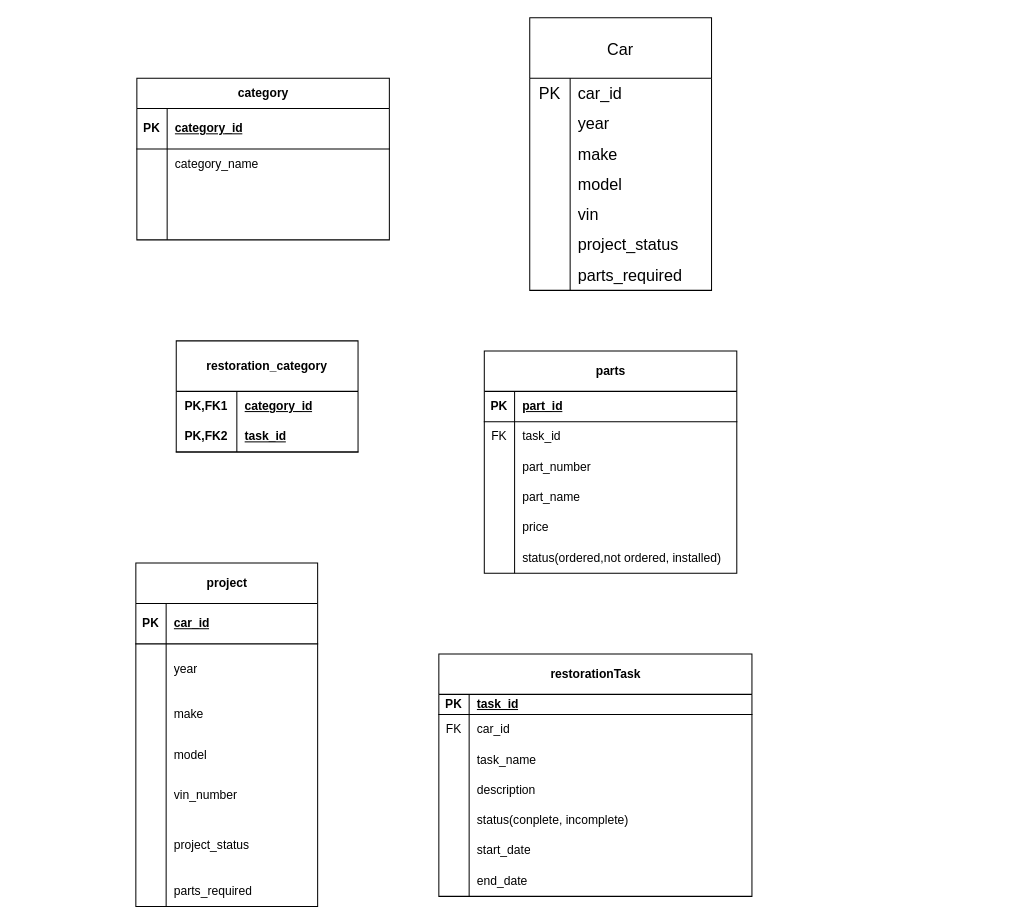
Above: RestorationTrackErd.drawio in Bletsch22/ERD (draw.io), before the change. Source tidied: cells renumbered, new cells numbered last; positions are measured from the earlier drawing's top-left corner, leaving out a move shared by most shapes. Both pictures are drawn from the tidied source at 101%, with x=0, y=0 at pixel (135, 17).
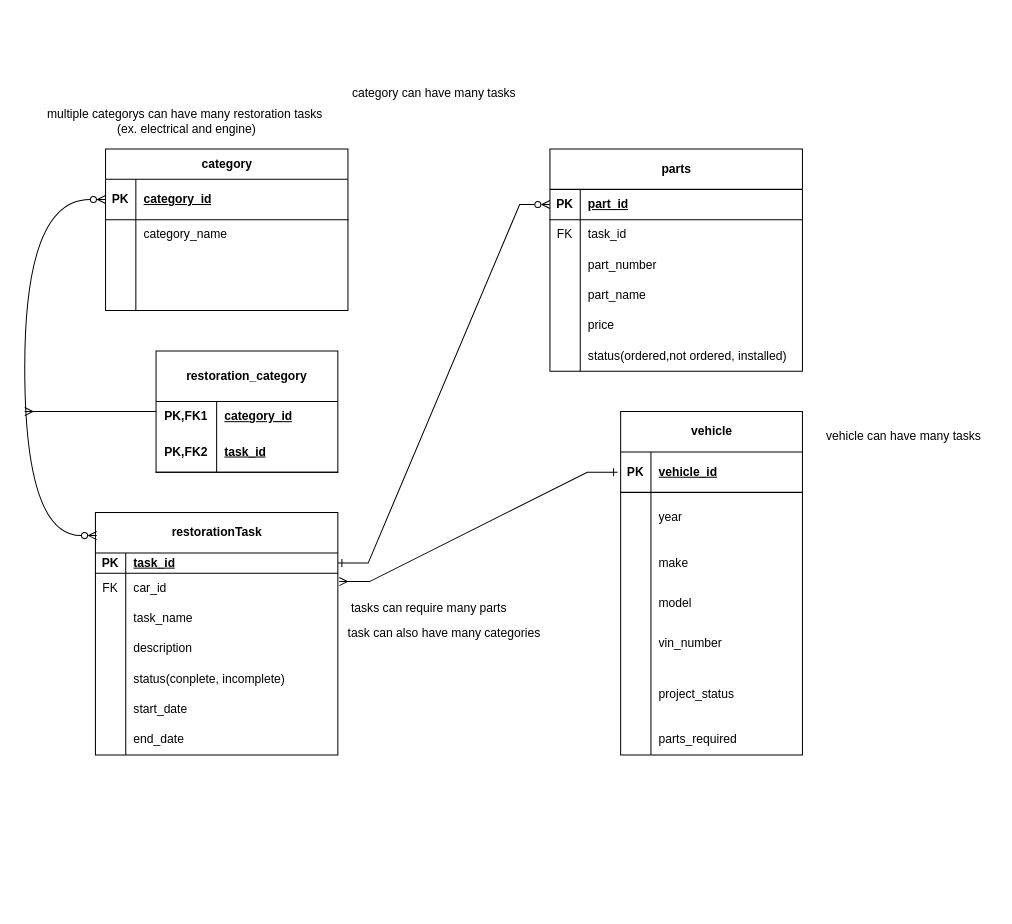
The same diagram, later.

Unchanged cells that the change refers to:
```xml
<mxCell id="38" style="shape=tableRow;horizontal=0;startSize=0;swimlaneHead=0;swimlaneBody=0;fillColor=none;points=[[0,0.5],[1,0.5]];portConstraint=eastwest;top=0;left=0;right=0;bottom=1;" parent="37" vertex="1">
  <mxGeometry y="40" width="250" height="30" as="geometry" />
</mxCell>
<mxCell id="79" style="shape=tableRow;horizontal=0;startSize=0;swimlaneHead=0;swimlaneBody=0;fillColor=none;top=0;left=0;right=0;bottom=1;" parent="78" vertex="1">
  <mxGeometry y="40" width="180" height="40" as="geometry" />
</mxCell>
```

The edit, as a diff of the source:
```diff
@@
-    <mxCell id="2" value="Car" style="shape=table;startSize=60;childLayout=tableLayout;rowLines=0;fontStyle=0;strokeColor=default;fontSize=16;" parent="1" vertex="1">
-      <mxGeometry x="390" width="180" height="270" as="geometry" />
-    </mxCell>
-    <mxCell id="3" style="shape=tableRow;horizontal=0;startSize=0;swimlaneHead=0;swimlaneBody=0;top=0;left=0;bottom=0;right=0;fillColor=none;strokeColor=inherit;fontSize=16;" parent="2" vertex="1">
-      <mxGeometry y="60" width="180" height="30" as="geometry" />
-    </mxCell>
-    <mxCell id="4" value="PK" style="shape=partialRectangle;html=1;whiteSpace=wrap;fillColor=none;top=0;left=0;bottom=0;right=0;overflow=hidden;strokeColor=inherit;fontSize=16;" parent="3" vertex="1">
-      <mxGeometry width="40" height="30" as="geometry" />
-    </mxCell>
-    <mxCell id="5" value="car_id" style="shape=partialRectangle;html=1;whiteSpace=wrap;fillColor=none;top=0;left=0;bottom=0;right=0;align=left;spacingLeft=6;overflow=hidden;strokeColor=inherit;fontSize=16;" parent="3" vertex="1">
-      <mxGeometry x="40" width="140" height="30" as="geometry" />
-    </mxCell>
-    <mxCell id="6" style="shape=tableRow;horizontal=0;startSize=0;swimlaneHead=0;swimlaneBody=0;top=0;left=0;bottom=0;right=0;fillColor=none;strokeColor=inherit;fontSize=16;" parent="2" vertex="1">
-      <mxGeometry y="90" width="180" height="30" as="geometry" />
-    </mxCell>
-    <mxCell id="7" style="shape=partialRectangle;html=1;whiteSpace=wrap;fillColor=none;top=0;left=0;bottom=0;right=0;overflow=hidden;strokeColor=inherit;fontSize=16;" parent="6" vertex="1">
-      <mxGeometry width="40" height="30" as="geometry" />
-    </mxCell>
-    <mxCell id="8" value="year" style="shape=partialRectangle;html=1;whiteSpace=wrap;fillColor=none;top=0;left=0;bottom=0;right=0;align=left;spacingLeft=6;overflow=hidden;strokeColor=inherit;fontSize=16;" parent="6" vertex="1">
-      <mxGeometry x="40" width="140" height="30" as="geometry" />
-    </mxCell>
-    <mxCell id="9" style="shape=tableRow;horizontal=0;startSize=0;swimlaneHead=0;swimlaneBody=0;top=0;left=0;bottom=0;right=0;fillColor=none;strokeColor=inherit;fontSize=16;" parent="2" vertex="1">
-      <mxGeometry y="120" width="180" height="30" as="geometry" />
-    </mxCell>
-    <mxCell id="10" style="shape=partialRectangle;html=1;whiteSpace=wrap;fillColor=none;top=0;left=0;bottom=0;right=0;overflow=hidden;strokeColor=inherit;fontSize=16;" parent="9" vertex="1">
-      <mxGeometry width="40" height="30" as="geometry" />
-    </mxCell>
-    <mxCell id="11" value="make" style="shape=partialRectangle;html=1;whiteSpace=wrap;fillColor=none;top=0;left=0;bottom=0;right=0;align=left;spacingLeft=6;overflow=hidden;strokeColor=inherit;fontSize=16;" parent="9" vertex="1">
-      <mxGeometry x="40" width="140" height="30" as="geometry" />
-    </mxCell>
-    <mxCell id="12" style="shape=tableRow;horizontal=0;startSize=0;swimlaneHead=0;swimlaneBody=0;top=0;left=0;bottom=0;right=0;fillColor=none;strokeColor=inherit;fontSize=16;" parent="2" vertex="1">
-      <mxGeometry y="150" width="180" height="30" as="geometry" />
-    </mxCell>
-    <mxCell id="13" style="shape=partialRectangle;html=1;whiteSpace=wrap;fillColor=none;top=0;left=0;bottom=0;right=0;overflow=hidden;strokeColor=inherit;fontSize=16;" parent="12" vertex="1">
-      <mxGeometry width="40" height="30" as="geometry" />
-    </mxCell>
-    <mxCell id="14" value="model" style="shape=partialRectangle;html=1;whiteSpace=wrap;fillColor=none;top=0;left=0;bottom=0;right=0;align=left;spacingLeft=6;overflow=hidden;strokeColor=inherit;fontSize=16;" parent="12" vertex="1">
-      <mxGeometry x="40" width="140" height="30" as="geometry" />
-    </mxCell>
-    <mxCell id="15" style="shape=tableRow;horizontal=0;startSize=0;swimlaneHead=0;swimlaneBody=0;top=0;left=0;bottom=0;right=0;fillColor=none;strokeColor=inherit;fontSize=16;" parent="2" vertex="1">
-      <mxGeometry y="180" width="180" height="30" as="geometry" />
-    </mxCell>
-    <mxCell id="16" style="shape=partialRectangle;html=1;whiteSpace=wrap;fillColor=none;top=0;left=0;bottom=0;right=0;overflow=hidden;strokeColor=inherit;fontSize=16;" parent="15" vertex="1">
-      <mxGeometry width="40" height="30" as="geometry" />
-    </mxCell>
-    <mxCell id="17" value="vin" style="shape=partialRectangle;html=1;whiteSpace=wrap;fillColor=none;top=0;left=0;bottom=0;right=0;align=left;spacingLeft=6;overflow=hidden;strokeColor=inherit;fontSize=16;" parent="15" vertex="1">
-      <mxGeometry x="40" width="140" height="30" as="geometry" />
-    </mxCell>
-    <mxCell id="18" style="shape=tableRow;horizontal=0;startSize=0;swimlaneHead=0;swimlaneBody=0;top=0;left=0;bottom=0;right=0;fillColor=none;strokeColor=inherit;fontSize=16;" parent="2" vertex="1">
-      <mxGeometry y="210" width="180" height="30" as="geometry" />
-    </mxCell>
-    <mxCell id="19" style="shape=partialRectangle;html=1;whiteSpace=wrap;fillColor=none;top=0;left=0;bottom=0;right=0;overflow=hidden;strokeColor=inherit;fontSize=16;" parent="18" vertex="1">
-      <mxGeometry width="40" height="30" as="geometry" />
-    </mxCell>
-    <mxCell id="20" value="project_status" style="shape=partialRectangle;html=1;whiteSpace=wrap;fillColor=none;top=0;left=0;bottom=0;right=0;align=left;spacingLeft=6;overflow=hidden;strokeColor=inherit;fontSize=16;" parent="18" vertex="1">
-      <mxGeometry x="40" width="140" height="30" as="geometry" />
-    </mxCell>
-    <mxCell id="21" style="shape=tableRow;horizontal=0;startSize=0;swimlaneHead=0;swimlaneBody=0;top=0;left=0;bottom=0;right=0;fillColor=none;strokeColor=inherit;fontSize=16;" parent="2" vertex="1">
-      <mxGeometry y="240" width="180" height="30" as="geometry" />
-    </mxCell>
-    <mxCell id="22" style="shape=partialRectangle;html=1;whiteSpace=wrap;fillColor=none;top=0;left=0;bottom=0;right=0;overflow=hidden;strokeColor=inherit;fontSize=16;" parent="21" vertex="1">
-      <mxGeometry width="40" height="30" as="geometry" />
-    </mxCell>
-    <mxCell id="23" value="parts_required" style="shape=partialRectangle;html=1;whiteSpace=wrap;fillColor=none;top=0;left=0;bottom=0;right=0;align=left;spacingLeft=6;overflow=hidden;strokeColor=inherit;fontSize=16;" parent="21" vertex="1">
-      <mxGeometry x="40" width="140" height="30" as="geometry" />
-    </mxCell>
     <mxCell id="24" value="category" style="shape=table;startSize=30;childLayout=tableLayout;rowLines=0;fontStyle=1;align=center;html=1;" parent="1" vertex="1">
-      <mxGeometry x="1" y="60" width="250" height="160" as="geometry" />
+      <mxGeometry x="-30" y="130" width="240" height="160" as="geometry" />
     </mxCell>
     <mxCell id="25" style="shape=tableRow;horizontal=0;startSize=0;swimlaneHead=0;swimlaneBody=0;fillColor=none;top=0;left=0;right=0;bottom=1;" parent="24" vertex="1">
-      <mxGeometry y="30" width="250" height="40" as="geometry" />
+      <mxGeometry y="30" width="240" height="40" as="geometry" />
     </mxCell>
@@
     <mxCell id="27" value="category_id" style="shape=partialRectangle;fillColor=none;top=0;left=0;bottom=0;right=0;align=left;spacingLeft=6;fontStyle=5;overflow=hidden;whiteSpace=wrap;html=1;" parent="25" vertex="1">
-      <mxGeometry x="30" width="220" height="40" as="geometry" />
+      <mxGeometry x="30" width="210" height="40" as="geometry" />
     </mxCell>
     <mxCell id="28" style="shape=tableRow;horizontal=0;startSize=0;swimlaneHead=0;swimlaneBody=0;fillColor=none;top=0;left=0;right=0;bottom=0;" parent="24" vertex="1">
-      <mxGeometry y="70" width="250" height="30" as="geometry" />
+      <mxGeometry y="70" width="240" height="30" as="geometry" />
     </mxCell>
@@
     <mxCell id="30" value="category_name" style="shape=partialRectangle;fillColor=none;top=0;left=0;bottom=0;right=0;align=left;spacingLeft=6;overflow=hidden;whiteSpace=wrap;html=1;" parent="28" vertex="1">
-      <mxGeometry x="30" width="220" height="30" as="geometry" />
+      <mxGeometry x="30" width="210" height="30" as="geometry" />
     </mxCell>
     <mxCell id="31" style="shape=tableRow;horizontal=0;startSize=0;swimlaneHead=0;swimlaneBody=0;fillColor=none;top=0;left=0;right=0;bottom=0;" parent="24" vertex="1">
-      <mxGeometry y="100" width="250" height="30" as="geometry" />
+      <mxGeometry y="100" width="240" height="30" as="geometry" />
     </mxCell>
@@
     <mxCell id="33" style="shape=partialRectangle;fillColor=none;top=0;left=0;bottom=0;right=0;align=left;spacingLeft=6;overflow=hidden;whiteSpace=wrap;html=1;" parent="31" vertex="1">
-      <mxGeometry x="30" width="220" height="30" as="geometry" />
+      <mxGeometry x="30" width="210" height="30" as="geometry" />
     </mxCell>
     <mxCell id="34" style="shape=tableRow;horizontal=0;startSize=0;swimlaneHead=0;swimlaneBody=0;fillColor=none;top=0;left=0;right=0;bottom=0;" parent="24" vertex="1">
-      <mxGeometry y="130" width="250" height="30" as="geometry" />
+      <mxGeometry y="130" width="240" height="30" as="geometry" />
     </mxCell>
@@
     <mxCell id="36" style="shape=partialRectangle;fillColor=none;top=0;left=0;bottom=0;right=0;align=left;spacingLeft=6;overflow=hidden;whiteSpace=wrap;html=1;" parent="34" vertex="1">
-      <mxGeometry x="30" width="220" height="30" as="geometry" />
+      <mxGeometry x="30" width="210" height="30" as="geometry" />
     </mxCell>
     <mxCell id="37" value="parts" style="shape=table;startSize=40;childLayout=tableLayout;rowLines=0;fontStyle=1;align=center;html=1;" parent="1" vertex="1">
-      <mxGeometry x="345" y="330" width="250" height="220" as="geometry" />
+      <mxGeometry x="410" y="130" width="250" height="220" as="geometry" />
     </mxCell>
@@
     <mxCell id="56" value="restorationTask" style="shape=table;startSize=40;childLayout=tableLayout;rowLines=0;fontStyle=1;align=center;html=1;" parent="1" vertex="1">
-      <mxGeometry x="300" y="630" width="310" height="240" as="geometry" />
+      <mxGeometry x="-40" y="490" width="240" height="240" as="geometry" />
     </mxCell>
     <mxCell id="57" style="shape=tableRow;horizontal=0;startSize=0;swimlaneHead=0;swimlaneBody=0;fillColor=none;points=[[0,0.5],[1,0.5]];portConstraint=eastwest;top=0;left=0;right=0;bottom=1;" parent="56" vertex="1">
-      <mxGeometry y="40" width="310" height="20" as="geometry" />
+      <mxGeometry y="40" width="240" height="20" as="geometry" />
     </mxCell>
@@
     <mxCell id="59" value="task_id" style="shape=partialRectangle;fillColor=none;top=0;left=0;bottom=0;right=0;align=left;spacingLeft=6;fontStyle=5;overflow=hidden;whiteSpace=wrap;html=1;" parent="57" vertex="1">
-      <mxGeometry x="30" width="280" height="20" as="geometry" />
+      <mxGeometry x="30" width="210" height="20" as="geometry" />
     </mxCell>
     <mxCell id="60" style="shape=tableRow;horizontal=0;startSize=0;swimlaneHead=0;swimlaneBody=0;fillColor=none;points=[[0,0.5],[1,0.5]];portConstraint=eastwest;top=0;left=0;right=0;bottom=0;" parent="56" vertex="1">
-      <mxGeometry y="60" width="310" height="30" as="geometry" />
+      <mxGeometry y="60" width="240" height="30" as="geometry" />
     </mxCell>
@@
     <mxCell id="62" value="car_id" style="shape=partialRectangle;fillColor=none;top=0;left=0;bottom=0;right=0;align=left;spacingLeft=6;overflow=hidden;whiteSpace=wrap;html=1;" parent="60" vertex="1">
-      <mxGeometry x="30" width="280" height="30" as="geometry" />
+      <mxGeometry x="30" width="210" height="30" as="geometry" />
     </mxCell>
     <mxCell id="63" style="shape=tableRow;horizontal=0;startSize=0;swimlaneHead=0;swimlaneBody=0;fillColor=none;top=0;left=0;right=0;bottom=0;" parent="56" vertex="1">
-      <mxGeometry y="90" width="310" height="30" as="geometry" />
+      <mxGeometry y="90" width="240" height="30" as="geometry" />
     </mxCell>
@@
     <mxCell id="65" value="task_name" style="shape=partialRectangle;fillColor=none;top=0;left=0;bottom=0;right=0;align=left;spacingLeft=6;overflow=hidden;whiteSpace=wrap;html=1;" parent="63" vertex="1">
-      <mxGeometry x="30" width="280" height="30" as="geometry" />
+      <mxGeometry x="30" width="210" height="30" as="geometry" />
     </mxCell>
     <mxCell id="66" style="shape=tableRow;horizontal=0;startSize=0;swimlaneHead=0;swimlaneBody=0;fillColor=none;top=0;left=0;right=0;bottom=0;" parent="56" vertex="1">
-      <mxGeometry y="120" width="310" height="30" as="geometry" />
+      <mxGeometry y="120" width="240" height="30" as="geometry" />
     </mxCell>
@@
     <mxCell id="68" value="description" style="shape=partialRectangle;fillColor=none;top=0;left=0;bottom=0;right=0;align=left;spacingLeft=6;overflow=hidden;whiteSpace=wrap;html=1;" parent="66" vertex="1">
-      <mxGeometry x="30" width="280" height="30" as="geometry" />
+      <mxGeometry x="30" width="210" height="30" as="geometry" />
     </mxCell>
     <mxCell id="69" style="shape=tableRow;horizontal=0;startSize=0;swimlaneHead=0;swimlaneBody=0;fillColor=none;top=0;left=0;right=0;bottom=0;" parent="56" vertex="1">
-      <mxGeometry y="150" width="310" height="30" as="geometry" />
+      <mxGeometry y="150" width="240" height="30" as="geometry" />
     </mxCell>
@@
     <mxCell id="71" value="status(conplete, incomplete)" style="shape=partialRectangle;fillColor=none;top=0;left=0;bottom=0;right=0;align=left;spacingLeft=6;overflow=hidden;whiteSpace=wrap;html=1;" parent="69" vertex="1">
-      <mxGeometry x="30" width="280" height="30" as="geometry" />
+      <mxGeometry x="30" width="210" height="30" as="geometry" />
     </mxCell>
     <mxCell id="72" style="shape=tableRow;horizontal=0;startSize=0;swimlaneHead=0;swimlaneBody=0;fillColor=none;top=0;left=0;right=0;bottom=0;" parent="56" vertex="1">
-      <mxGeometry y="180" width="310" height="30" as="geometry" />
+      <mxGeometry y="180" width="240" height="30" as="geometry" />
     </mxCell>
@@
     <mxCell id="74" value="start_date" style="shape=partialRectangle;fillColor=none;top=0;left=0;bottom=0;right=0;align=left;spacingLeft=6;overflow=hidden;whiteSpace=wrap;html=1;" parent="72" vertex="1">
-      <mxGeometry x="30" width="280" height="30" as="geometry" />
+      <mxGeometry x="30" width="210" height="30" as="geometry" />
     </mxCell>
     <mxCell id="75" style="shape=tableRow;horizontal=0;startSize=0;swimlaneHead=0;swimlaneBody=0;fillColor=none;top=0;left=0;right=0;bottom=0;" parent="56" vertex="1">
-      <mxGeometry y="210" width="310" height="30" as="geometry" />
+      <mxGeometry y="210" width="240" height="30" as="geometry" />
     </mxCell>
@@
     <mxCell id="77" value="end_date" style="shape=partialRectangle;fillColor=none;top=0;left=0;bottom=0;right=0;align=left;spacingLeft=6;overflow=hidden;whiteSpace=wrap;html=1;" parent="75" vertex="1">
-      <mxGeometry x="30" width="280" height="30" as="geometry" />
+      <mxGeometry x="30" width="210" height="30" as="geometry" />
     </mxCell>
-    <mxCell id="78" value="project" style="shape=table;startSize=40;childLayout=tableLayout;rowLines=0;fontStyle=1;align=center;html=1;" parent="1" vertex="1">
-      <mxGeometry y="540" width="180" height="340" as="geometry" />
+    <mxCell id="78" value="vehicle" style="shape=table;startSize=40;childLayout=tableLayout;rowLines=0;fontStyle=1;align=center;html=1;" parent="1" vertex="1">
+      <mxGeometry x="480" y="390" width="180" height="340" as="geometry" />
     </mxCell>
@@
-    <mxCell id="81" value="car_id" style="shape=partialRectangle;fillColor=none;top=0;left=0;bottom=0;right=0;align=left;spacingLeft=6;fontStyle=5;overflow=hidden;whiteSpace=wrap;html=1;" parent="79" vertex="1">
+    <mxCell id="81" value="vehicle_id" style="shape=partialRectangle;fillColor=none;top=0;left=0;bottom=0;right=0;align=left;spacingLeft=6;fontStyle=5;overflow=hidden;whiteSpace=wrap;html=1;" parent="79" vertex="1">
       <mxGeometry x="30" width="150" height="40" as="geometry" />
     </mxCell>
@@
+    <mxCell id="107" style="edgeStyle=orthogonalEdgeStyle;rounded=0;jettySize=auto;html=1;endArrow=ERmany;endFill=0;" parent="1" edge="1" source="100">
+      <mxGeometry relative="1" as="geometry">
+        <mxPoint x="-110" y="390" as="targetPoint" />
+      </mxGeometry>
+    </mxCell>
     <mxCell id="100" value="restoration_category" style="shape=table;startSize=50;childLayout=tableLayout;rowLines=0;fontStyle=1;align=center;html=1;whiteSpace=wrap;" parent="1" vertex="1">
-      <mxGeometry x="40" y="320" width="180" height="110" as="geometry" />
+      <mxGeometry x="20" y="330" width="180" height="120" as="geometry" />
     </mxCell>
@@
     <mxCell id="104" style="shape=tableRow;horizontal=0;startSize=0;swimlaneHead=0;swimlaneBody=0;fillColor=none;top=0;left=0;right=0;bottom=1;html=1;" parent="100" vertex="1">
-      <mxGeometry y="80" width="180" height="30" as="geometry" />
+      <mxGeometry y="80" width="180" height="40" as="geometry" />
     </mxCell>
     <mxCell id="105" value="PK,FK2" style="shape=partialRectangle;fillColor=none;top=0;left=0;bottom=0;right=0;fontStyle=1;overflow=hidden;html=1;whiteSpace=wrap;" parent="104" vertex="1">
-      <mxGeometry width="60" height="30" as="geometry" />
+      <mxGeometry width="60" height="40" as="geometry" />
     </mxCell>
     <mxCell id="106" value="task_id" style="shape=partialRectangle;fillColor=none;top=0;left=0;bottom=0;right=0;align=left;spacingLeft=6;fontStyle=5;overflow=hidden;html=1;whiteSpace=wrap;" parent="104" vertex="1">
-      <mxGeometry x="60" width="120" height="30" as="geometry" />
+      <mxGeometry x="60" width="120" height="40" as="geometry" />
     </mxCell>
+    <mxCell id="108" style="edgeStyle=entityRelationEdgeStyle;fontSize=12;html=1;endArrow=ERone;rounded=0;exitX=1.006;exitY=0.278;exitDx=0;exitDy=0;exitPerimeter=0;startArrow=ERmany;startFill=0;endFill=0;" parent="1" edge="1" source="60">
+      <mxGeometry relative="1" as="geometry">
+        <mxPoint x="477" y="450" as="targetPoint" />
+        <Array as="points">
+          <mxPoint x="210" y="550" />
+        </Array>
+      </mxGeometry>
+    </mxCell>
+    <mxCell id="109" style="edgeStyle=entityRelationEdgeStyle;fontSize=12;html=1;endArrow=ERzeroToMany;rounded=0;exitX=1;exitY=0.5;exitDx=0;exitDy=0;entryX=0;entryY=0.5;entryDx=0;entryDy=0;startArrow=ERone;startFill=0;endFill=0;" parent="1" edge="1" source="57" target="38">
+      <mxGeometry relative="1" as="geometry" />
+    </mxCell>
+    <mxCell id="110" style="edgeStyle=orthogonalEdgeStyle;fontSize=12;html=1;endArrow=ERzeroToMany;endFill=0;startArrow=ERzeroToMany;rounded=0;exitX=0.005;exitY=0.095;exitDx=0;exitDy=0;exitPerimeter=0;curved=1;startFill=0;" parent="1" edge="1" source="56">
+      <mxGeometry relative="1" as="geometry">
+        <mxPoint x="-30" y="180" as="targetPoint" />
+        <Array as="points">
+          <mxPoint x="-110" y="513" />
+          <mxPoint x="-110" y="180" />
+        </Array>
+      </mxGeometry>
+    </mxCell>
+    <mxCell id="111" value="vehicle can have many tasks" style="text;html=1;align=center;verticalAlign=middle;strokeColor=none;fillColor=none;" parent="1" vertex="1">
+      <mxGeometry x="670" y="400" width="180" height="30" as="geometry" />
+    </mxCell>
+    <mxCell id="112" value="tasks can require many parts" style="text;html=1;align=center;verticalAlign=middle;strokeColor=none;fillColor=none;" parent="1" vertex="1">
+      <mxGeometry x="200" y="570" width="180" height="30" as="geometry" />
+    </mxCell>
+    <mxCell id="113" value="task can also have many categories" style="text;html=1;align=center;verticalAlign=middle;strokeColor=none;fillColor=none;" parent="1" vertex="1">
+      <mxGeometry x="200" y="595" width="210" height="30" as="geometry" />
+    </mxCell>
+    <mxCell id="114" value="category can have many tasks" style="text;html=1;align=center;verticalAlign=middle;strokeColor=none;fillColor=none;" parent="1" vertex="1">
+      <mxGeometry x="200" y="60" width="190" height="30" as="geometry" />
+    </mxCell>
+    <mxCell id="115" value="multiple categorys can have many restoration tasks&amp;nbsp;&lt;div&gt;(ex. electrical and engine)&lt;/div&gt;" style="text;html=1;align=center;verticalAlign=middle;strokeColor=none;fillColor=none;" parent="1" vertex="1">
+      <mxGeometry x="-100" y="83" width="300" height="40" as="geometry" />
+    </mxCell>
```
